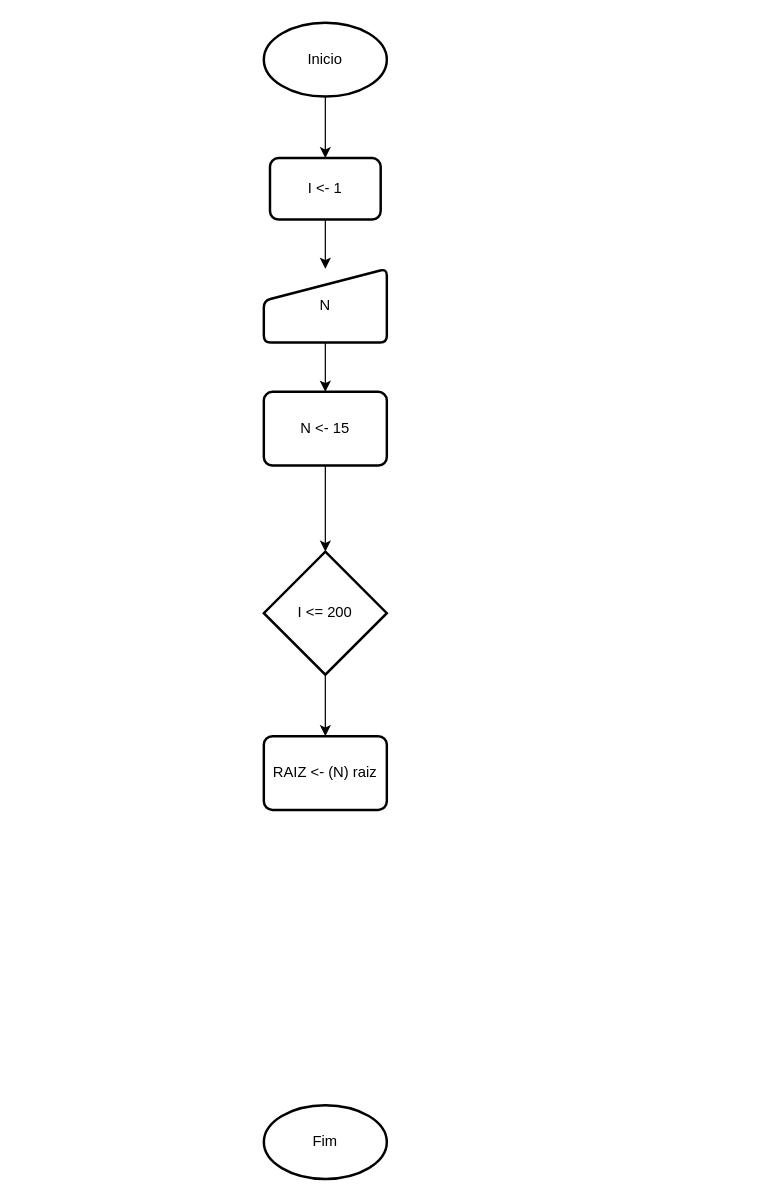
MoonAmon/linux_shell keeps this draw.io diagram as Flowcharts/loop_looping.drawio. Above is the earlier version. Source tidied: cells renumbered, new cells numbered last; positions are measured from the earlier drawing's top-left corner, leaving out a move shared by most shapes. Both pictures are drawn from the tidied source at 123%, with x=0, y=0 at pixel (263, 22).
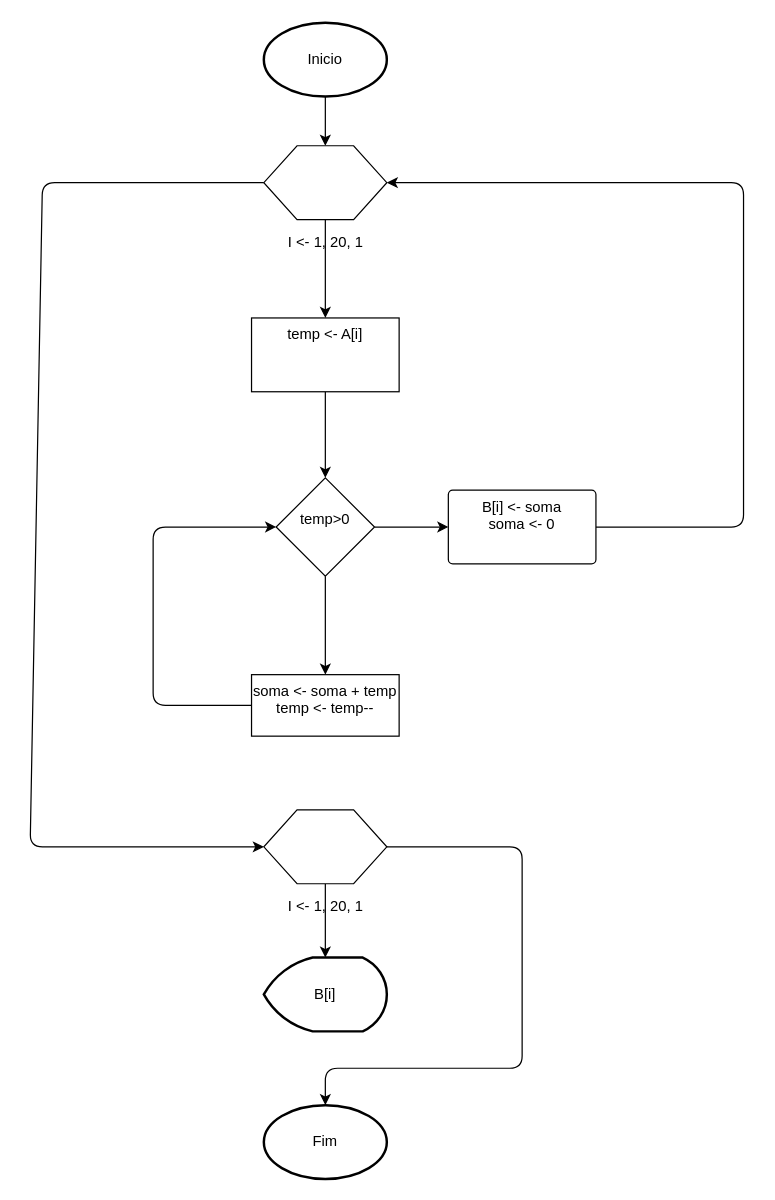
Above is the later version.

Unchanged cells that the change refers to:
```xml
<mxCell id="3" value="Inicio" style="strokeWidth=2;html=1;shape=mxgraph.flowchart.start_1;whiteSpace=wrap;" parent="1" vertex="1">
  <mxGeometry width="100" height="60" as="geometry" />
</mxCell>
```

Diff of the diagram source:
```diff
@@
-    <mxCell id="2" style="edgeStyle=none;html=1;" parent="1" edge="1" source="3" target="6">
-      <mxGeometry relative="1" as="geometry" />
-    </mxCell>
+    <mxCell id="4" value="Fim" style="strokeWidth=2;html=1;shape=mxgraph.flowchart.start_1;whiteSpace=wrap;" parent="1" vertex="1">
+      <mxGeometry y="880" width="100" height="60" as="geometry" />
+    </mxCell>
+    <mxCell id="14" style="edgeStyle=none;html=1;" parent="1" edge="1" source="3" target="17">
+      <mxGeometry relative="1" as="geometry" />
+    </mxCell>
@@
-    <mxCell id="4" value="Fim" style="strokeWidth=2;html=1;shape=mxgraph.flowchart.start_1;whiteSpace=wrap;" parent="1" vertex="1">
-      <mxGeometry y="880" width="100" height="60" as="geometry" />
-    </mxCell>
-    <mxCell id="5" style="edgeStyle=none;html=1;" parent="1" edge="1" source="6" target="8">
-      <mxGeometry relative="1" as="geometry" />
-    </mxCell>
-    <mxCell id="6" value="I &amp;lt;- 1" style="rounded=1;whiteSpace=wrap;html=1;absoluteArcSize=1;arcSize=14;strokeWidth=2;" parent="1" vertex="1">
-      <mxGeometry x="5" y="110" width="90" height="50" as="geometry" />
-    </mxCell>
-    <mxCell id="7" style="edgeStyle=none;html=1;" parent="1" edge="1" source="8" target="10">
-      <mxGeometry relative="1" as="geometry" />
-    </mxCell>
-    <mxCell id="8" value="N" style="html=1;strokeWidth=2;shape=manualInput;whiteSpace=wrap;rounded=1;size=26;arcSize=11;" parent="1" vertex="1">
-      <mxGeometry y="200" width="100" height="60" as="geometry" />
-    </mxCell>
-    <mxCell id="9" style="edgeStyle=none;html=1;" parent="1" edge="1" source="10" target="12">
-      <mxGeometry relative="1" as="geometry" />
-    </mxCell>
-    <mxCell id="10" value="N &amp;lt;- 15" style="rounded=1;whiteSpace=wrap;html=1;absoluteArcSize=1;arcSize=14;strokeWidth=2;" parent="1" vertex="1">
-      <mxGeometry y="300" width="100" height="60" as="geometry" />
-    </mxCell>
-    <mxCell id="11" style="edgeStyle=none;html=1;" parent="1" edge="1" source="12" target="13">
-      <mxGeometry relative="1" as="geometry" />
-    </mxCell>
-    <mxCell id="12" value="I &amp;lt;= 200" style="strokeWidth=2;html=1;shape=mxgraph.flowchart.decision;whiteSpace=wrap;" parent="1" vertex="1">
-      <mxGeometry y="430" width="100" height="100" as="geometry" />
-    </mxCell>
-    <mxCell id="13" value="RAIZ &amp;lt;- (N) raiz" style="rounded=1;whiteSpace=wrap;html=1;absoluteArcSize=1;arcSize=14;strokeWidth=2;" parent="1" vertex="1">
-      <mxGeometry y="580" width="100" height="60" as="geometry" />
-    </mxCell>
+    <mxCell id="15" style="edgeStyle=none;html=1;" parent="1" edge="1" source="17" target="19">
+      <mxGeometry relative="1" as="geometry" />
+    </mxCell>
+    <mxCell id="16" style="edgeStyle=none;html=1;exitX=0;exitY=0.5;exitDx=0;exitDy=0;entryX=0;entryY=0.5;entryDx=0;entryDy=0;" parent="1" edge="1" source="17" target="29">
+      <mxGeometry relative="1" as="geometry">
+        <Array as="points">
+          <mxPoint x="-180" y="130" />
+          <mxPoint x="-190" y="670" />
+        </Array>
+      </mxGeometry>
+    </mxCell>
+    <mxCell id="17" value="&lt;p style=&quot;line-height: 0%;&quot;&gt;I &amp;lt;- 1, 20, 1&lt;/p&gt;" style="verticalLabelPosition=bottom;verticalAlign=top;html=1;shape=hexagon;perimeter=hexagonPerimeter2;arcSize=6;size=0.27;" parent="1" vertex="1">
+      <mxGeometry y="100" width="100" height="60" as="geometry" />
+    </mxCell>
+    <mxCell id="18" style="edgeStyle=none;html=1;" parent="1" edge="1" source="19" target="22">
+      <mxGeometry relative="1" as="geometry" />
+    </mxCell>
+    <mxCell id="19" value="temp &amp;lt;- A[i]" style="whiteSpace=wrap;html=1;verticalAlign=top;arcSize=6;" parent="1" vertex="1">
+      <mxGeometry x="-10" y="240" width="120" height="60" as="geometry" />
+    </mxCell>
+    <mxCell id="20" style="edgeStyle=none;html=1;" parent="1" edge="1" source="22" target="24">
+      <mxGeometry relative="1" as="geometry" />
+    </mxCell>
+    <mxCell id="21" style="edgeStyle=none;html=1;" parent="1" edge="1" source="22" target="26">
+      <mxGeometry relative="1" as="geometry" />
+    </mxCell>
+    <mxCell id="22" value="&lt;p style=&quot;line-height: 260%;&quot;&gt;temp&amp;gt;0&lt;/p&gt;" style="rhombus;whiteSpace=wrap;html=1;verticalAlign=top;arcSize=6;" parent="1" vertex="1">
+      <mxGeometry x="10" y="370" width="80" height="80" as="geometry" />
+    </mxCell>
+    <mxCell id="23" style="edgeStyle=none;html=1;exitX=0;exitY=0.5;exitDx=0;exitDy=0;entryX=0;entryY=0.5;entryDx=0;entryDy=0;" parent="1" edge="1" source="24" target="22">
+      <mxGeometry relative="1" as="geometry">
+        <Array as="points">
+          <mxPoint x="-90" y="555" />
+          <mxPoint x="-90" y="410" />
+        </Array>
+      </mxGeometry>
+    </mxCell>
+    <mxCell id="24" value="soma &amp;lt;- soma + temp&lt;br&gt;temp &amp;lt;- temp--" style="whiteSpace=wrap;html=1;verticalAlign=top;arcSize=6;" parent="1" vertex="1">
+      <mxGeometry x="-10" y="530" width="120" height="50" as="geometry" />
+    </mxCell>
+    <mxCell id="25" style="edgeStyle=none;html=1;exitX=1;exitY=0.5;exitDx=0;exitDy=0;entryX=1;entryY=0.5;entryDx=0;entryDy=0;" parent="1" edge="1" source="26" target="17">
+      <mxGeometry relative="1" as="geometry">
+        <Array as="points">
+          <mxPoint x="390" y="410" />
+          <mxPoint x="390" y="130" />
+        </Array>
+      </mxGeometry>
+    </mxCell>
+    <mxCell id="26" value="B[i] &amp;lt;- soma&lt;br&gt;soma &amp;lt;- 0" style="rounded=1;whiteSpace=wrap;html=1;verticalAlign=top;arcSize=6;" parent="1" vertex="1">
+      <mxGeometry x="150" y="380" width="120" height="60" as="geometry" />
+    </mxCell>
+    <mxCell id="27" style="edgeStyle=none;html=1;" parent="1" edge="1" source="29" target="30">
+      <mxGeometry relative="1" as="geometry" />
+    </mxCell>
+    <mxCell id="28" style="edgeStyle=none;html=1;exitX=1;exitY=0.5;exitDx=0;exitDy=0;entryX=0.5;entryY=0;entryDx=0;entryDy=0;entryPerimeter=0;" parent="1" edge="1" source="29" target="4">
+      <mxGeometry relative="1" as="geometry">
+        <Array as="points">
+          <mxPoint x="210" y="670" />
+          <mxPoint x="210" y="850" />
+          <mxPoint x="50" y="850" />
+        </Array>
+      </mxGeometry>
+    </mxCell>
+    <mxCell id="29" value="&lt;p style=&quot;line-height: 0%;&quot;&gt;I &amp;lt;- 1, 20, 1&lt;/p&gt;" style="verticalLabelPosition=bottom;verticalAlign=top;html=1;shape=hexagon;perimeter=hexagonPerimeter2;arcSize=6;size=0.27;" parent="1" vertex="1">
+      <mxGeometry y="640" width="100" height="60" as="geometry" />
+    </mxCell>
+    <mxCell id="30" value="B[i]" style="strokeWidth=2;html=1;shape=mxgraph.flowchart.display;whiteSpace=wrap;" parent="1" vertex="1">
+      <mxGeometry y="760" width="100" height="60" as="geometry" />
+    </mxCell>
```
